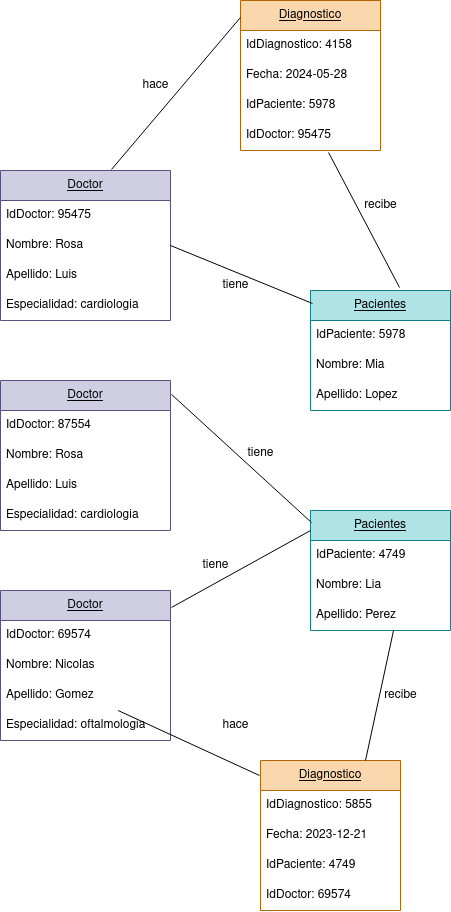
Chugani05/entorno_de_desarrollo keeps this draw.io diagram as diagramas/tarea7 (hospital)/diagrama_objeto_sistema_hospitalario.png. Above is the earlier version. Source tidied: cells renumbered, new cells last; positions are measured from the earlier drawing's top-left corner, leaving out a move shared by most shapes. The source it was exported from:
```xml
<mxGraphModel>
  <root>
    <mxCell id="0" />
    <mxCell id="1" parent="0" />
    <mxCell id="2" value="&lt;u&gt;Pacientes&lt;/u&gt;" style="swimlane;fontStyle=0;horizontal=1;startSize=30;whiteSpace=wrap;html=1;fillColor=#b0e3e6;strokeColor=#0e8088;" parent="1" vertex="1">
      <mxGeometry x="310" y="290" width="140" height="120" as="geometry" />
    </mxCell>
    <mxCell id="3" value="IdPaciente: 5978" style="text;strokeColor=none;fillColor=none;align=left;verticalAlign=middle;spacingLeft=4;spacingRight=4;overflow=hidden;whiteSpace=wrap;html=1;" parent="2" vertex="1">
      <mxGeometry y="30" width="140" height="30" as="geometry" />
    </mxCell>
    <mxCell id="4" value="Nombre: Mia" style="text;strokeColor=none;fillColor=none;align=left;verticalAlign=middle;spacingLeft=4;spacingRight=4;overflow=hidden;whiteSpace=wrap;html=1;" parent="2" vertex="1">
      <mxGeometry y="60" width="140" height="30" as="geometry" />
    </mxCell>
    <mxCell id="5" value="Apellido: Lopez" style="text;strokeColor=none;fillColor=none;align=left;verticalAlign=middle;spacingLeft=4;spacingRight=4;overflow=hidden;whiteSpace=wrap;html=1;" parent="2" vertex="1">
      <mxGeometry y="90" width="140" height="30" as="geometry" />
    </mxCell>
    <mxCell id="6" value="&lt;u&gt;Pacientes&lt;/u&gt;" style="swimlane;fontStyle=0;horizontal=1;startSize=30;whiteSpace=wrap;html=1;fillColor=#b0e3e6;strokeColor=#0e8088;" parent="1" vertex="1">
      <mxGeometry x="310" y="510" width="140" height="120" as="geometry" />
    </mxCell>
    <mxCell id="7" value="IdPaciente: 4749" style="text;strokeColor=none;fillColor=none;align=left;verticalAlign=middle;spacingLeft=4;spacingRight=4;overflow=hidden;whiteSpace=wrap;html=1;" parent="6" vertex="1">
      <mxGeometry y="30" width="140" height="30" as="geometry" />
    </mxCell>
    <mxCell id="8" value="Nombre: Lia" style="text;strokeColor=none;fillColor=none;align=left;verticalAlign=middle;spacingLeft=4;spacingRight=4;overflow=hidden;whiteSpace=wrap;html=1;" parent="6" vertex="1">
      <mxGeometry y="60" width="140" height="30" as="geometry" />
    </mxCell>
    <mxCell id="9" value="Apellido: Perez" style="text;strokeColor=none;fillColor=none;align=left;verticalAlign=middle;spacingLeft=4;spacingRight=4;overflow=hidden;points=[[0,0.5],[1,0.5]];portConstraint=eastwest;whiteSpace=wrap;html=1;" parent="6" vertex="1">
      <mxGeometry y="90" width="140" height="30" as="geometry" />
    </mxCell>
    <mxCell id="10" value="&lt;u&gt;Diagnostico&lt;/u&gt;" style="swimlane;fontStyle=0;horizontal=1;startSize=30;whiteSpace=wrap;html=1;fillColor=#fad7ac;strokeColor=#b46504;" parent="1" vertex="1">
      <mxGeometry x="240" width="140" height="150" as="geometry" />
    </mxCell>
    <mxCell id="11" value="IdDiagnostico: 4158" style="text;strokeColor=none;fillColor=none;align=left;verticalAlign=middle;spacingLeft=4;spacingRight=4;overflow=hidden;whiteSpace=wrap;html=1;" parent="10" vertex="1">
      <mxGeometry y="30" width="140" height="30" as="geometry" />
    </mxCell>
    <mxCell id="12" value="Fecha: 2024-05-28" style="text;strokeColor=none;fillColor=none;align=left;verticalAlign=middle;spacingLeft=4;spacingRight=4;overflow=hidden;whiteSpace=wrap;html=1;" parent="10" vertex="1">
      <mxGeometry y="60" width="140" height="30" as="geometry" />
    </mxCell>
    <mxCell id="13" value="IdPaciente: 5978" style="text;strokeColor=none;fillColor=none;align=left;verticalAlign=middle;spacingLeft=4;spacingRight=4;overflow=hidden;whiteSpace=wrap;html=1;" parent="10" vertex="1">
      <mxGeometry y="90" width="140" height="30" as="geometry" />
    </mxCell>
    <mxCell id="14" value="IdDoctor: 95475" style="text;strokeColor=none;fillColor=none;align=left;verticalAlign=middle;spacingLeft=4;spacingRight=4;overflow=hidden;points=[[0,0.5],[1,0.5]];portConstraint=eastwest;whiteSpace=wrap;html=1;" parent="10" vertex="1">
      <mxGeometry y="120" width="140" height="30" as="geometry" />
    </mxCell>
    <mxCell id="15" value="&lt;u&gt;Doctor&lt;/u&gt;" style="swimlane;fontStyle=0;horizontal=1;startSize=30;whiteSpace=wrap;html=1;fillColor=#d0cee2;strokeColor=#56517e;" parent="1" vertex="1">
      <mxGeometry y="380" width="170" height="150" as="geometry" />
    </mxCell>
    <mxCell id="16" value="IdDoctor: 87554" style="text;strokeColor=none;fillColor=none;align=left;verticalAlign=middle;spacingLeft=4;spacingRight=4;overflow=hidden;whiteSpace=wrap;html=1;" parent="15" vertex="1">
      <mxGeometry y="30" width="170" height="30" as="geometry" />
    </mxCell>
    <mxCell id="17" value="Nombre: Rosa" style="text;strokeColor=none;fillColor=none;align=left;verticalAlign=middle;spacingLeft=4;spacingRight=4;overflow=hidden;whiteSpace=wrap;html=1;" parent="15" vertex="1">
      <mxGeometry y="60" width="170" height="30" as="geometry" />
    </mxCell>
    <mxCell id="18" value="Apellido: Luis" style="text;strokeColor=none;fillColor=none;align=left;verticalAlign=middle;spacingLeft=4;spacingRight=4;overflow=hidden;whiteSpace=wrap;html=1;" parent="15" vertex="1">
      <mxGeometry y="90" width="170" height="30" as="geometry" />
    </mxCell>
    <mxCell id="19" value="Especialidad: cardiologia" style="text;strokeColor=none;fillColor=none;align=left;verticalAlign=middle;spacingLeft=4;spacingRight=4;overflow=hidden;whiteSpace=wrap;html=1;" parent="15" vertex="1">
      <mxGeometry y="120" width="170" height="30" as="geometry" />
    </mxCell>
    <mxCell id="20" value="&lt;u&gt;Doctor&lt;/u&gt;" style="swimlane;fontStyle=0;horizontal=1;startSize=30;whiteSpace=wrap;html=1;fillColor=#d0cee2;strokeColor=#56517e;" parent="1" vertex="1">
      <mxGeometry y="590" width="170" height="150" as="geometry" />
    </mxCell>
    <mxCell id="21" value="IdDoctor: 69574" style="text;strokeColor=none;fillColor=none;align=left;verticalAlign=middle;spacingLeft=4;spacingRight=4;overflow=hidden;whiteSpace=wrap;html=1;" parent="20" vertex="1">
      <mxGeometry y="30" width="170" height="30" as="geometry" />
    </mxCell>
    <mxCell id="22" value="Nombre: Nicolas" style="text;strokeColor=none;fillColor=none;align=left;verticalAlign=middle;spacingLeft=4;spacingRight=4;overflow=hidden;whiteSpace=wrap;html=1;" parent="20" vertex="1">
      <mxGeometry y="60" width="170" height="30" as="geometry" />
    </mxCell>
    <mxCell id="23" value="Apellido: Gomez" style="text;strokeColor=none;fillColor=none;align=left;verticalAlign=middle;spacingLeft=4;spacingRight=4;overflow=hidden;points=[[0,0.5],[1,0.5]];portConstraint=eastwest;whiteSpace=wrap;html=1;" parent="20" vertex="1">
      <mxGeometry y="90" width="170" height="30" as="geometry" />
    </mxCell>
    <mxCell id="24" value="Especialidad: oftalmologia" style="text;strokeColor=none;fillColor=none;align=left;verticalAlign=middle;spacingLeft=4;spacingRight=4;overflow=hidden;whiteSpace=wrap;html=1;" parent="20" vertex="1">
      <mxGeometry y="120" width="170" height="30" as="geometry" />
    </mxCell>
    <mxCell id="25" value="&lt;u&gt;Diagnostico&lt;/u&gt;" style="swimlane;fontStyle=0;horizontal=1;startSize=30;whiteSpace=wrap;html=1;fillColor=#fad7ac;strokeColor=#b46504;" parent="1" vertex="1">
      <mxGeometry x="260" y="760" width="140" height="150" as="geometry" />
    </mxCell>
    <mxCell id="26" value="IdDiagnostico: 5855" style="text;strokeColor=none;fillColor=none;align=left;verticalAlign=middle;spacingLeft=4;spacingRight=4;overflow=hidden;whiteSpace=wrap;html=1;" parent="25" vertex="1">
      <mxGeometry y="30" width="140" height="30" as="geometry" />
    </mxCell>
    <mxCell id="27" value="Fecha: 2023-12-21" style="text;strokeColor=none;fillColor=none;align=left;verticalAlign=middle;spacingLeft=4;spacingRight=4;overflow=hidden;whiteSpace=wrap;html=1;" parent="25" vertex="1">
      <mxGeometry y="60" width="140" height="30" as="geometry" />
    </mxCell>
    <mxCell id="28" value="IdPaciente: 4749" style="text;strokeColor=none;fillColor=none;align=left;verticalAlign=middle;spacingLeft=4;spacingRight=4;overflow=hidden;whiteSpace=wrap;html=1;" parent="25" vertex="1">
      <mxGeometry y="90" width="140" height="30" as="geometry" />
    </mxCell>
    <mxCell id="29" value="IdDoctor: 69574" style="text;strokeColor=none;fillColor=none;align=left;verticalAlign=middle;spacingLeft=4;spacingRight=4;overflow=hidden;whiteSpace=wrap;html=1;" parent="25" vertex="1">
      <mxGeometry y="120" width="140" height="30" as="geometry" />
    </mxCell>
    <mxCell id="30" value="&lt;u&gt;Doctor&lt;/u&gt;" style="swimlane;fontStyle=0;horizontal=1;startSize=30;whiteSpace=wrap;html=1;fillColor=#d0cee2;strokeColor=#56517e;" parent="1" vertex="1">
      <mxGeometry y="170" width="170" height="150" as="geometry" />
    </mxCell>
    <mxCell id="31" value="IdDoctor: 95475" style="text;strokeColor=none;fillColor=none;align=left;verticalAlign=middle;spacingLeft=4;spacingRight=4;overflow=hidden;whiteSpace=wrap;html=1;" parent="30" vertex="1">
      <mxGeometry y="30" width="170" height="30" as="geometry" />
    </mxCell>
    <mxCell id="32" value="Nombre: Rosa" style="text;strokeColor=none;fillColor=none;align=left;verticalAlign=middle;spacingLeft=4;spacingRight=4;overflow=hidden;points=[[0,0.5],[1,0.5]];portConstraint=eastwest;whiteSpace=wrap;html=1;" parent="30" vertex="1">
      <mxGeometry y="60" width="170" height="30" as="geometry" />
    </mxCell>
    <mxCell id="33" value="Apellido: Luis" style="text;strokeColor=none;fillColor=none;align=left;verticalAlign=middle;spacingLeft=4;spacingRight=4;overflow=hidden;whiteSpace=wrap;html=1;" parent="30" vertex="1">
      <mxGeometry y="90" width="170" height="30" as="geometry" />
    </mxCell>
    <mxCell id="34" value="Especialidad: cardiologia" style="text;strokeColor=none;fillColor=none;align=left;verticalAlign=middle;spacingLeft=4;spacingRight=4;overflow=hidden;whiteSpace=wrap;html=1;" parent="30" vertex="1">
      <mxGeometry y="120" width="170" height="30" as="geometry" />
    </mxCell>
    <mxCell id="35" style="endArrow=none;html=1;rounded=0;exitX=0.994;exitY=0.267;exitDx=0;exitDy=0;exitPerimeter=0;entryX=-0.007;entryY=0.1;entryDx=0;entryDy=0;entryPerimeter=0;" parent="1" edge="1" source="23" target="25">
      <mxGeometry relative="1" as="geometry" />
    </mxCell>
    <mxCell id="36" style="endArrow=none;html=1;rounded=0;exitX=0.593;exitY=1;exitDx=0;exitDy=0;exitPerimeter=0;entryX=0.75;entryY=0;entryDx=0;entryDy=0;" parent="1" edge="1" source="9" target="25">
      <mxGeometry relative="1" as="geometry" />
    </mxCell>
    <mxCell id="37" style="endArrow=none;html=1;rounded=0;exitX=1.006;exitY=0.113;exitDx=0;exitDy=0;exitPerimeter=0;" parent="1" edge="1" source="20">
      <mxGeometry relative="1" as="geometry">
        <mxPoint x="310" y="530" as="targetPoint" />
      </mxGeometry>
    </mxCell>
    <mxCell id="38" style="endArrow=none;html=1;rounded=0;exitX=1.006;exitY=0.093;exitDx=0;exitDy=0;exitPerimeter=0;entryX=0.007;entryY=0.1;entryDx=0;entryDy=0;entryPerimeter=0;" parent="1" edge="1" source="15" target="6">
      <mxGeometry relative="1" as="geometry" />
    </mxCell>
    <mxCell id="39" value="tiene" style="text;html=1;align=center;verticalAlign=middle;strokeColor=none;fillColor=none;" parent="1" vertex="1">
      <mxGeometry x="235" y="438" width="50" height="30" as="geometry" />
    </mxCell>
    <mxCell id="40" value="tiene" style="text;html=1;align=center;verticalAlign=middle;strokeColor=none;fillColor=none;" parent="1" vertex="1">
      <mxGeometry x="190" y="550" width="50" height="30" as="geometry" />
    </mxCell>
    <mxCell id="41" value="hace" style="text;html=1;align=center;verticalAlign=middle;strokeColor=none;fillColor=none;" parent="1" vertex="1">
      <mxGeometry x="210" y="710" width="50" height="30" as="geometry" />
    </mxCell>
    <mxCell id="42" value="hace" style="text;html=1;align=center;verticalAlign=middle;strokeColor=none;fillColor=none;" parent="1" vertex="1">
      <mxGeometry x="130" y="70" width="50" height="30" as="geometry" />
    </mxCell>
    <mxCell id="43" style="endArrow=none;html=1;rounded=0;exitX=0.653;exitY=-0.007;exitDx=0;exitDy=0;exitPerimeter=0;entryX=0;entryY=0.113;entryDx=0;entryDy=0;entryPerimeter=0;" parent="1" edge="1" source="30" target="10">
      <mxGeometry relative="1" as="geometry" />
    </mxCell>
    <mxCell id="44" value="tiene" style="text;html=1;align=center;verticalAlign=middle;strokeColor=none;fillColor=none;" parent="1" vertex="1">
      <mxGeometry x="210" y="270" width="50" height="30" as="geometry" />
    </mxCell>
    <mxCell id="45" style="endArrow=none;html=1;rounded=0;exitX=1;exitY=0.5;exitDx=0;exitDy=0;entryX=0.014;entryY=0.108;entryDx=0;entryDy=0;entryPerimeter=0;" parent="1" edge="1" source="32" target="2">
      <mxGeometry relative="1" as="geometry" />
    </mxCell>
    <mxCell id="46" style="endArrow=none;html=1;rounded=0;entryX=0.629;entryY=1.067;entryDx=0;entryDy=0;entryPerimeter=0;exitX=0.636;exitY=-0.025;exitDx=0;exitDy=0;exitPerimeter=0;" parent="1" edge="1" source="2" target="14">
      <mxGeometry relative="1" as="geometry" />
    </mxCell>
    <mxCell id="47" value="recibe" style="text;html=1;align=center;verticalAlign=middle;strokeColor=none;fillColor=none;" parent="1" vertex="1">
      <mxGeometry x="370" y="680" width="60" height="30" as="geometry" />
    </mxCell>
    <mxCell id="48" value="recibe" style="text;html=1;align=center;verticalAlign=middle;strokeColor=none;fillColor=none;" parent="1" vertex="1">
      <mxGeometry x="350" y="190" width="60" height="30" as="geometry" />
    </mxCell>
  </root>
</mxGraphModel>
```
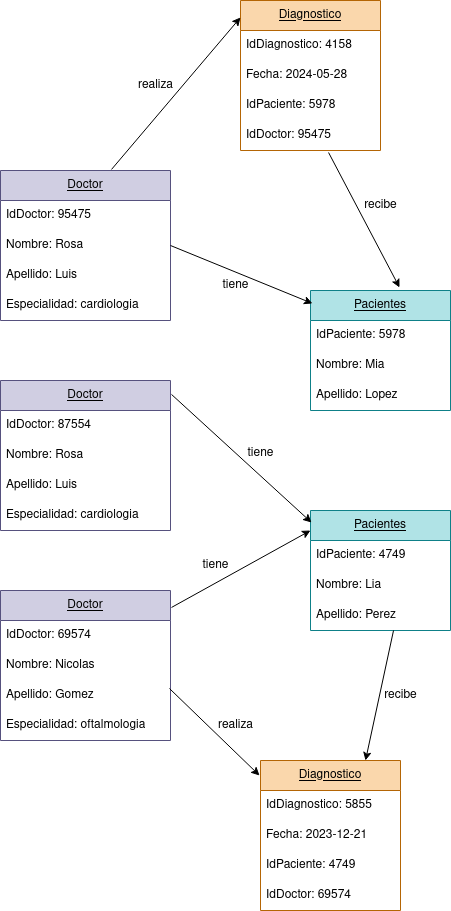
The same diagram one commit later.

Diff of the diagram source:
```diff
@@ -101,18 +101,18 @@
     <mxCell id="34" value="Especialidad: cardiologia" style="text;strokeColor=none;fillColor=none;align=left;verticalAlign=middle;spacingLeft=4;spacingRight=4;overflow=hidden;whiteSpace=wrap;html=1;" parent="30" vertex="1">
       <mxGeometry y="120" width="170" height="30" as="geometry" />
     </mxCell>
-    <mxCell id="35" style="endArrow=none;html=1;rounded=0;exitX=0.994;exitY=0.267;exitDx=0;exitDy=0;exitPerimeter=0;entryX=-0.007;entryY=0.1;entryDx=0;entryDy=0;entryPerimeter=0;" parent="1" edge="1" source="23" target="25">
+    <mxCell id="35" style="endArrow=classic;html=1;rounded=0;exitX=0.994;exitY=0.267;exitDx=0;exitDy=0;exitPerimeter=0;entryX=-0.007;entryY=0.1;entryDx=0;entryDy=0;entryPerimeter=0;endFill=1;" parent="1" edge="1" source="23" target="25">
       <mxGeometry relative="1" as="geometry" />
     </mxCell>
-    <mxCell id="36" style="endArrow=none;html=1;rounded=0;exitX=0.593;exitY=1;exitDx=0;exitDy=0;exitPerimeter=0;entryX=0.75;entryY=0;entryDx=0;entryDy=0;" parent="1" edge="1" source="9" target="25">
+    <mxCell id="36" style="endArrow=classic;html=1;rounded=0;exitX=0.593;exitY=1;exitDx=0;exitDy=0;exitPerimeter=0;entryX=0.75;entryY=0;entryDx=0;entryDy=0;endFill=1;" parent="1" edge="1" source="9" target="25">
       <mxGeometry relative="1" as="geometry" />
     </mxCell>
-    <mxCell id="37" style="endArrow=none;html=1;rounded=0;exitX=1.006;exitY=0.113;exitDx=0;exitDy=0;exitPerimeter=0;" parent="1" edge="1" source="20">
+    <mxCell id="37" style="endArrow=classic;html=1;rounded=0;exitX=1.006;exitY=0.113;exitDx=0;exitDy=0;exitPerimeter=0;endFill=1;" parent="1" edge="1" source="20">
       <mxGeometry relative="1" as="geometry">
         <mxPoint x="310" y="530" as="targetPoint" />
       </mxGeometry>
     </mxCell>
-    <mxCell id="38" style="endArrow=none;html=1;rounded=0;exitX=1.006;exitY=0.093;exitDx=0;exitDy=0;exitPerimeter=0;entryX=0.007;entryY=0.1;entryDx=0;entryDy=0;entryPerimeter=0;" parent="1" edge="1" source="15" target="6">
+    <mxCell id="38" style="endArrow=classic;html=1;rounded=0;exitX=1.006;exitY=0.093;exitDx=0;exitDy=0;exitPerimeter=0;entryX=0.007;entryY=0.1;entryDx=0;entryDy=0;entryPerimeter=0;endFill=1;" parent="1" edge="1" source="15" target="6">
       <mxGeometry relative="1" as="geometry" />
     </mxCell>
     <mxCell id="39" value="tiene" style="text;html=1;align=center;verticalAlign=middle;strokeColor=none;fillColor=none;" parent="1" vertex="1">
@@ -121,22 +121,22 @@
     <mxCell id="40" value="tiene" style="text;html=1;align=center;verticalAlign=middle;strokeColor=none;fillColor=none;" parent="1" vertex="1">
       <mxGeometry x="190" y="550" width="50" height="30" as="geometry" />
     </mxCell>
-    <mxCell id="41" value="hace" style="text;html=1;align=center;verticalAlign=middle;strokeColor=none;fillColor=none;" parent="1" vertex="1">
-      <mxGeometry x="210" y="710" width="50" height="30" as="geometry" />
+    <mxCell id="41" value="realiza" style="text;html=1;align=center;verticalAlign=middle;strokeColor=none;fillColor=none;" parent="1" vertex="1">
+      <mxGeometry x="205" y="710" width="60" height="30" as="geometry" />
     </mxCell>
-    <mxCell id="42" value="hace" style="text;html=1;align=center;verticalAlign=middle;strokeColor=none;fillColor=none;" parent="1" vertex="1">
-      <mxGeometry x="130" y="70" width="50" height="30" as="geometry" />
+    <mxCell id="42" value="realiza" style="text;html=1;align=center;verticalAlign=middle;strokeColor=none;fillColor=none;" parent="1" vertex="1">
+      <mxGeometry x="125" y="70" width="60" height="30" as="geometry" />
     </mxCell>
-    <mxCell id="43" style="endArrow=none;html=1;rounded=0;exitX=0.653;exitY=-0.007;exitDx=0;exitDy=0;exitPerimeter=0;entryX=0;entryY=0.113;entryDx=0;entryDy=0;entryPerimeter=0;" parent="1" edge="1" source="30" target="10">
+    <mxCell id="43" style="endArrow=classic;html=1;rounded=0;exitX=0.653;exitY=-0.007;exitDx=0;exitDy=0;exitPerimeter=0;entryX=0;entryY=0.113;entryDx=0;entryDy=0;entryPerimeter=0;endFill=1;" parent="1" edge="1" source="30" target="10">
       <mxGeometry relative="1" as="geometry" />
     </mxCell>
     <mxCell id="44" value="tiene" style="text;html=1;align=center;verticalAlign=middle;strokeColor=none;fillColor=none;" parent="1" vertex="1">
       <mxGeometry x="210" y="270" width="50" height="30" as="geometry" />
     </mxCell>
-    <mxCell id="45" style="endArrow=none;html=1;rounded=0;exitX=1;exitY=0.5;exitDx=0;exitDy=0;entryX=0.014;entryY=0.108;entryDx=0;entryDy=0;entryPerimeter=0;" parent="1" edge="1" source="32" target="2">
+    <mxCell id="45" style="endArrow=classic;html=1;rounded=0;exitX=1;exitY=0.5;exitDx=0;exitDy=0;entryX=0.014;entryY=0.108;entryDx=0;entryDy=0;entryPerimeter=0;endFill=1;" parent="1" edge="1" source="32" target="2">
       <mxGeometry relative="1" as="geometry" />
     </mxCell>
-    <mxCell id="46" style="endArrow=none;html=1;rounded=0;entryX=0.629;entryY=1.067;entryDx=0;entryDy=0;entryPerimeter=0;exitX=0.636;exitY=-0.025;exitDx=0;exitDy=0;exitPerimeter=0;" parent="1" edge="1" source="2" target="14">
+    <mxCell id="46" style="endArrow=none;html=1;rounded=0;entryX=0.629;entryY=1.067;entryDx=0;entryDy=0;entryPerimeter=0;exitX=0.636;exitY=-0.025;exitDx=0;exitDy=0;exitPerimeter=0;startArrow=classic;startFill=1;" parent="1" edge="1" source="2" target="14">
       <mxGeometry relative="1" as="geometry" />
     </mxCell>
     <mxCell id="47" value="recibe" style="text;html=1;align=center;verticalAlign=middle;strokeColor=none;fillColor=none;" parent="1" vertex="1">
```
